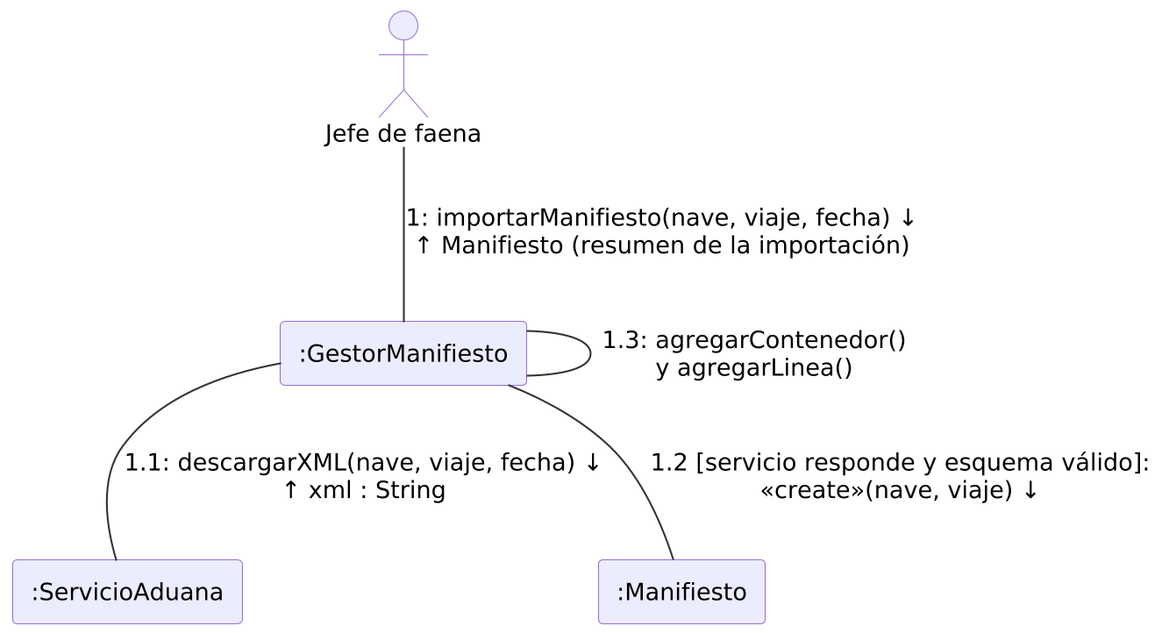
The PlantUML diagram Figuras/diagramas/17-col-importar-manifiesto.png in RenatoEspina/Latex-proyecto, before a commit.
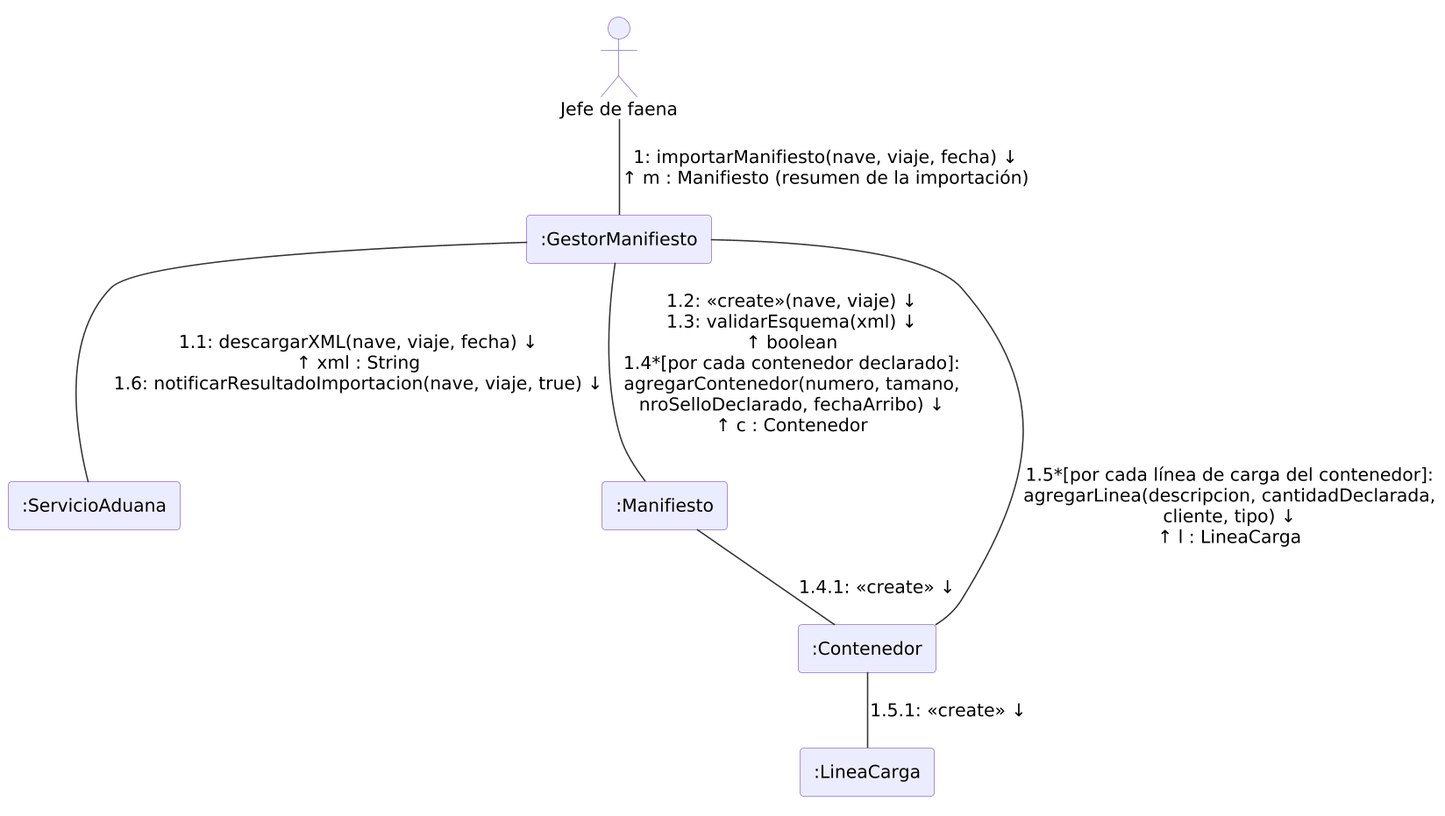
Above is the later version.

Change to the diagram source:
```diff
@@ -1,13 +1,17 @@
 @startuml
-skinparamlocked dpi 200
+skinparamlocked dpi 150
 !include _estilo.iuml
 actor "Jefe de faena" as JF
 rectangle ":GestorManifiesto" as GM
 rectangle ":ServicioAduana" as SA
 rectangle ":Manifiesto" as M
+rectangle ":Contenedor" as C
+rectangle ":LineaCarga" as L
 
-JF -- GM : "1: importarManifiesto(nave, viaje, fecha) ↓\n↑ Manifiesto (resumen de la importación)"
-GM -- SA : "1.1: descargarXML(nave, viaje, fecha) ↓\n↑ xml : String"
-GM -- M : "1.2 [servicio responde y esquema válido]:\n<<create>>(nave, viaje) ↓"
-GM -- GM : "1.3: agregarContenedor()\ny agregarLinea()"
+JF -- GM : "1: importarManifiesto(nave, viaje, fecha) ↓\n↑ m : Manifiesto (resumen de la importación)"
+GM -- SA : "1.1: descargarXML(nave, viaje, fecha) ↓\n↑ xml : String\n1.6: notificarResultadoImportacion(nave, viaje, true) ↓"
+GM -- M : "1.2: <<create>>(nave, viaje) ↓\n1.3: validarEsquema(xml) ↓\n↑ boolean\n1.4*[por cada contenedor declarado]:\nagregarContenedor(numero, tamano,\nnroSelloDeclarado, fechaArribo) ↓\n↑ c : Contenedor"
+M -- C : "1.4.1: <<create>> ↓"
+GM -- C : "1.5*[por cada línea de carga del contenedor]:\nagregarLinea(descripcion, cantidadDeclarada,\ncliente, tipo) ↓\n↑ l : LineaCarga"
+C -- L : "1.5.1: <<create>> ↓"
 @enduml
```
